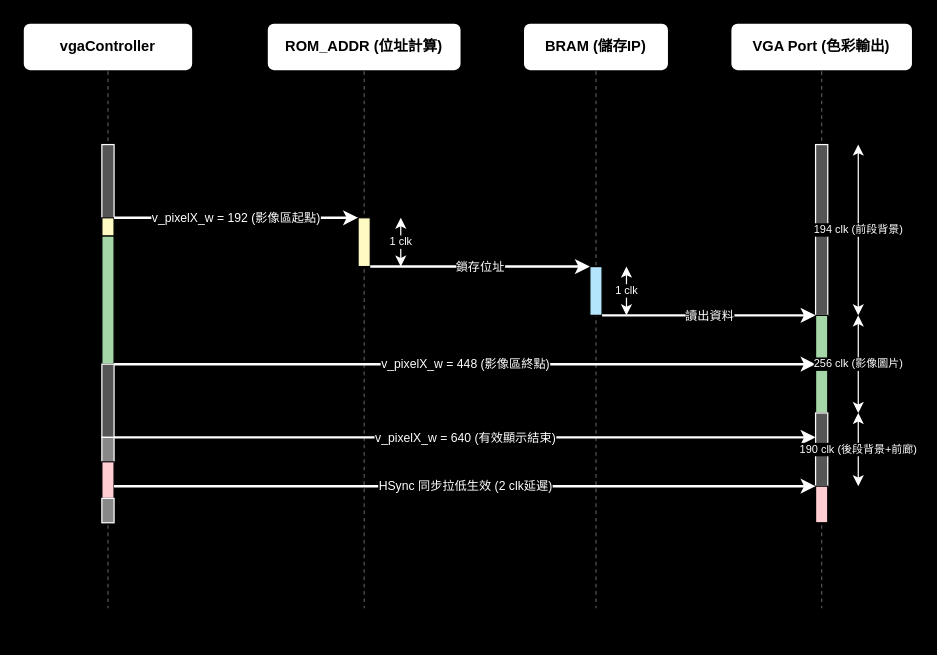
Earlier version of the draw.io diagram 7/img/MSC.drawio (gordonpow/lab_hardware_test). Source tidied: cells renumbered, new cells numbered last; positions are measured from the earlier drawing's top-left corner, leaving out a move shared by most shapes. Both pictures are drawn from the tidied source at 122%, with x=0, y=0 at pixel (22, 22).
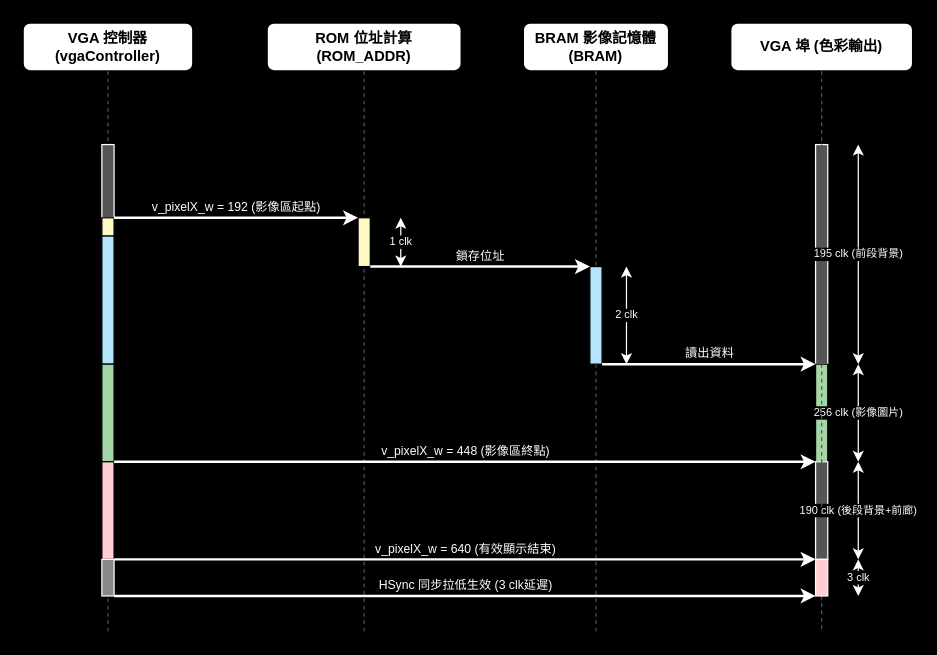
The same page after the edit.

Change to the diagram source:
```diff
@@
-    <mxCell id="2" value="vgaController" style="rounded=1;whiteSpace=wrap;html=1;fillColor=#FFFFFF;strokeColor=#000000;strokeWidth=2;fontColor=#000000;fontStyle=1;align=center;" parent="1" vertex="1">
+    <mxCell id="2" value="VGA 控制器 (vgaController)" style="rounded=1;whiteSpace=wrap;html=1;fillColor=#FFFFFF;strokeColor=#000000;strokeWidth=2;fontColor=#000000;fontStyle=1;align=center;" parent="1" vertex="1">
       <mxGeometry width="140" height="40" as="geometry" />
     </mxCell>
-    <mxCell id="3" value="ROM_ADDR (位址計算)" style="rounded=1;whiteSpace=wrap;html=1;fillColor=#FFFFFF;strokeColor=#000000;strokeWidth=2;fontColor=#000000;fontStyle=1;align=center;" parent="1" vertex="1">
+    <mxCell id="3" value="ROM 位址計算 (ROM_ADDR)" style="rounded=1;whiteSpace=wrap;html=1;fillColor=#FFFFFF;strokeColor=#000000;strokeWidth=2;fontColor=#000000;fontStyle=1;align=center;" parent="1" vertex="1">
       <mxGeometry x="200" width="160" height="40" as="geometry" />
     </mxCell>
-    <mxCell id="4" value="BRAM (儲存IP)" style="rounded=1;whiteSpace=wrap;html=1;fillColor=#FFFFFF;strokeColor=#000000;strokeWidth=2;fontColor=#000000;fontStyle=1;align=center;" parent="1" vertex="1">
+    <mxCell id="4" value="BRAM 影像記憶體 (BRAM)" style="rounded=1;whiteSpace=wrap;html=1;fillColor=#FFFFFF;strokeColor=#000000;strokeWidth=2;fontColor=#000000;fontStyle=1;align=center;" parent="1" vertex="1">
       <mxGeometry x="410" width="120" height="40" as="geometry" />
     </mxCell>
-    <mxCell id="5" value="VGA Port (色彩輸出)" style="rounded=1;whiteSpace=wrap;html=1;fillColor=#FFFFFF;strokeColor=#000000;strokeWidth=2;fontColor=#000000;fontStyle=1;align=center;" parent="1" vertex="1">
+    <mxCell id="5" value="VGA 埠 (色彩輸出)" style="rounded=1;whiteSpace=wrap;html=1;fillColor=#FFFFFF;strokeColor=#000000;strokeWidth=2;fontColor=#000000;fontStyle=1;align=center;" parent="1" vertex="1">
       <mxGeometry x="580" width="150" height="40" as="geometry" />
     </mxCell>
     <mxCell id="6" style="edgeStyle=none;rounded=0;html=1;dashed=1;strokeColor=#555555;strokeWidth=1;endArrow=none;startArrow=none;" parent="1" edge="1" source="2">
       <mxGeometry relative="1" as="geometry">
-        <mxPoint x="70" y="480" as="targetPoint" />
+        <mxPoint x="70" y="500" as="targetPoint" />
       </mxGeometry>
     </mxCell>
     <mxCell id="7" style="edgeStyle=none;rounded=0;html=1;dashed=1;strokeColor=#555555;strokeWidth=1;endArrow=none;startArrow=none;" parent="1" edge="1" source="3">
       <mxGeometry relative="1" as="geometry">
-        <mxPoint x="280" y="480" as="targetPoint" />
+        <mxPoint x="280" y="500" as="targetPoint" />
       </mxGeometry>
     </mxCell>
     <mxCell id="8" style="edgeStyle=none;rounded=0;html=1;dashed=1;strokeColor=#555555;strokeWidth=1;endArrow=none;startArrow=none;" parent="1" edge="1" source="4">
       <mxGeometry relative="1" as="geometry">
-        <mxPoint x="470" y="480" as="targetPoint" />
+        <mxPoint x="470" y="500" as="targetPoint" />
       </mxGeometry>
     </mxCell>
-    <mxCell id="9" style="edgeStyle=none;rounded=0;html=1;dashed=1;strokeColor=#555555;strokeWidth=1;endArrow=none;startArrow=none;" parent="1" edge="1" source="5">
+    <mxCell id="9" style="edgeStyle=none;rounded=0;html=1;dashed=1;strokeColor=#555555;strokeWidth=1;endArrow=none;startArrow=none;" parent="1" edge="1" source="22">
       <mxGeometry relative="1" as="geometry">
-        <mxPoint x="655" y="480" as="targetPoint" />
+        <mxPoint x="655" y="500" as="targetPoint" />
       </mxGeometry>
     </mxCell>
@@
-    <mxCell id="12" style="rounded=0;whiteSpace=wrap;html=1;fillColor=#A5D6A7;strokeColor=#000000;strokeWidth=1;" parent="1" vertex="1">
+    <mxCell id="12" style="rounded=0;whiteSpace=wrap;html=1;fillColor=#B3E5FC;strokeColor=#000000;strokeWidth=1;" parent="1" vertex="1">
       <mxGeometry x="65" y="175" width="10" height="105" as="geometry" />
     </mxCell>
-    <mxCell id="13" style="rounded=0;whiteSpace=wrap;html=1;fillColor=#555555;strokeColor=#FFFFFF;strokeWidth=1;" parent="1" vertex="1">
-      <mxGeometry x="65" y="280" width="10" height="60" as="geometry" />
+    <mxCell id="13" style="rounded=0;whiteSpace=wrap;html=1;fillColor=#A5D6A7;strokeColor=#000000;strokeWidth=1;" parent="1" vertex="1">
+      <mxGeometry x="65" y="280" width="10" height="80" as="geometry" />
     </mxCell>
-    <mxCell id="14" style="rounded=0;whiteSpace=wrap;html=1;fillColor=#888888;strokeColor=#FFFFFF;strokeWidth=1;" parent="1" vertex="1">
-      <mxGeometry x="65" y="340" width="10" height="20" as="geometry" />
+    <mxCell id="14" style="rounded=0;whiteSpace=wrap;html=1;fillColor=#FFCDD2;strokeColor=#000000;strokeWidth=1;" parent="1" vertex="1">
+      <mxGeometry x="65" y="360" width="10" height="80" as="geometry" />
     </mxCell>
-    <mxCell id="15" style="rounded=0;whiteSpace=wrap;html=1;fillColor=#FFCDD2;strokeColor=#000000;strokeWidth=1;" parent="1" vertex="1">
-      <mxGeometry x="65" y="360" width="10" height="30" as="geometry" />
+    <mxCell id="15" style="rounded=0;whiteSpace=wrap;html=1;fillColor=#888888;strokeColor=#FFFFFF;strokeWidth=1;" parent="1" vertex="1">
+      <mxGeometry x="65" y="440" width="10" height="30" as="geometry" />
     </mxCell>
-    <mxCell id="16" style="rounded=0;whiteSpace=wrap;html=1;fillColor=#888888;strokeColor=#FFFFFF;strokeWidth=1;" parent="1" vertex="1">
-      <mxGeometry x="65" y="390" width="10" height="20" as="geometry" />
-    </mxCell>
@@
     <mxCell id="18" style="rounded=0;whiteSpace=wrap;html=1;fillColor=#B3E5FC;strokeColor=#000000;strokeWidth=1;" parent="1" vertex="1">
-      <mxGeometry x="465" y="200" width="10" height="40" as="geometry" />
+      <mxGeometry x="465" y="200" width="10" height="80" as="geometry" />
     </mxCell>
     <mxCell id="19" style="rounded=0;whiteSpace=wrap;html=1;fillColor=#555555;strokeColor=#FFFFFF;strokeWidth=1;" parent="1" vertex="1">
-      <mxGeometry x="650" y="100" width="10" height="140" as="geometry" />
+      <mxGeometry x="650" y="100" width="10" height="180" as="geometry" />
     </mxCell>
     <mxCell id="20" style="rounded=0;whiteSpace=wrap;html=1;fillColor=#A5D6A7;strokeColor=#000000;strokeWidth=1;" parent="1" vertex="1">
-      <mxGeometry x="650" y="240" width="10" height="80" as="geometry" />
+      <mxGeometry x="650" y="280" width="10" height="80" as="geometry" />
     </mxCell>
     <mxCell id="21" style="rounded=0;whiteSpace=wrap;html=1;fillColor=#555555;strokeColor=#FFFFFF;strokeWidth=1;" parent="1" vertex="1">
-      <mxGeometry x="650" y="320" width="10" height="60" as="geometry" />
+      <mxGeometry x="650" y="360" width="10" height="80" as="geometry" />
     </mxCell>
-    <mxCell id="22" style="rounded=0;whiteSpace=wrap;html=1;fillColor=#FFCDD2;strokeColor=#000000;strokeWidth=1;" parent="1" vertex="1">
-      <mxGeometry x="650" y="380" width="10" height="30" as="geometry" />
-    </mxCell>
-    <mxCell id="23" value="v_pixelX_w = 192 (影像區起點)" style="edgeStyle=orthogonalEdgeStyle;rounded=0;html=1;exitX=1;exitY=0;entryX=0;entryY=0;strokeColor=#FFFFFF;strokeWidth=2;fontColor=#FFFFFF;labelBackgroundColor=#000000;fontSize=10;" parent="1" edge="1">
+    <mxCell id="23" value="v_pixelX_w = 192 (影像區起點)" style="edgeStyle=none;rounded=0;html=1;strokeColor=#FFFFFF;strokeWidth=2;fontColor=#FFFFFF;verticalAlign=bottom;labelBackgroundColor=none;fontSize=10;" parent="1" edge="1">
       <mxGeometry relative="1" as="geometry">
         <mxPoint x="75" y="160" as="sourcePoint" />
         <mxPoint x="275" y="160" as="targetPoint" />
       </mxGeometry>
     </mxCell>
-    <mxCell id="24" value="鎖存位址" style="edgeStyle=orthogonalEdgeStyle;rounded=0;html=1;strokeColor=#FFFFFF;strokeWidth=2;fontColor=#FFFFFF;labelBackgroundColor=#000000;fontSize=10;" parent="1" edge="1">
+    <mxCell id="24" value="鎖存位址" style="edgeStyle=none;rounded=0;html=1;strokeColor=#FFFFFF;strokeWidth=2;fontColor=#FFFFFF;verticalAlign=bottom;labelBackgroundColor=none;fontSize=10;" parent="1" edge="1">
       <mxGeometry relative="1" as="geometry">
         <mxPoint x="285" y="200" as="sourcePoint" />
         <mxPoint x="465" y="200" as="targetPoint" />
       </mxGeometry>
     </mxCell>
-    <mxCell id="25" value="讀出資料" style="edgeStyle=orthogonalEdgeStyle;rounded=0;html=1;strokeColor=#FFFFFF;strokeWidth=2;fontColor=#FFFFFF;labelBackgroundColor=#000000;fontSize=10;" parent="1" edge="1">
+    <mxCell id="25" value="讀出資料" style="edgeStyle=none;rounded=0;html=1;strokeColor=#FFFFFF;strokeWidth=2;fontColor=#FFFFFF;verticalAlign=bottom;labelBackgroundColor=none;fontSize=10;" parent="1" edge="1">
       <mxGeometry relative="1" as="geometry">
-        <mxPoint x="475" y="240" as="sourcePoint" />
-        <mxPoint x="650" y="240" as="targetPoint" />
+        <mxPoint x="475" y="280" as="sourcePoint" />
+        <mxPoint x="650" y="280" as="targetPoint" />
       </mxGeometry>
     </mxCell>
-    <mxCell id="26" value="v_pixelX_w = 448 (影像區終點)" style="edgeStyle=orthogonalEdgeStyle;rounded=0;html=1;strokeColor=#FFFFFF;strokeWidth=2;fontColor=#FFFFFF;labelBackgroundColor=#000000;fontSize=10;" parent="1" edge="1">
+    <mxCell id="26" value="v_pixelX_w = 448 (影像區終點)" style="edgeStyle=none;rounded=0;html=1;strokeColor=#FFFFFF;strokeWidth=2;fontColor=#FFFFFF;verticalAlign=bottom;labelBackgroundColor=none;fontSize=10;" parent="1" edge="1">
       <mxGeometry relative="1" as="geometry">
-        <mxPoint x="75" y="280" as="sourcePoint" />
-        <mxPoint x="650" y="280" as="targetPoint" />
+        <mxPoint x="75" y="360" as="sourcePoint" />
+        <mxPoint x="650" y="360" as="targetPoint" />
       </mxGeometry>
     </mxCell>
-    <mxCell id="27" value="v_pixelX_w = 640 (有效顯示結束)" style="edgeStyle=orthogonalEdgeStyle;rounded=0;html=1;strokeColor=#FFFFFF;strokeWidth=2;fontColor=#FFFFFF;labelBackgroundColor=#000000;fontSize=10;" parent="1" edge="1">
+    <mxCell id="27" value="v_pixelX_w = 640 (有效顯示結束)" style="edgeStyle=none;rounded=0;html=1;strokeColor=#FFFFFF;strokeWidth=2;fontColor=#FFFFFF;verticalAlign=bottom;labelBackgroundColor=none;fontSize=10;" parent="1" edge="1">
       <mxGeometry relative="1" as="geometry">
-        <mxPoint x="75" y="340" as="sourcePoint" />
-        <mxPoint x="650" y="340" as="targetPoint" />
+        <mxPoint x="75" y="440" as="sourcePoint" />
+        <mxPoint x="650" y="440" as="targetPoint" />
       </mxGeometry>
     </mxCell>
-    <mxCell id="28" value="HSync 同步拉低生效 (2 clk延遲)" style="edgeStyle=orthogonalEdgeStyle;rounded=0;html=1;strokeColor=#FFFFFF;strokeWidth=2;fontColor=#FFFFFF;labelBackgroundColor=#000000;fontSize=10;" parent="1" edge="1">
+    <mxCell id="28" value="HSync 同步拉低生效 (3 clk延遲)" style="edgeStyle=none;rounded=0;html=1;strokeColor=#FFFFFF;strokeWidth=2;fontColor=#FFFFFF;verticalAlign=bottom;labelBackgroundColor=none;fontSize=10;" parent="1" edge="1">
       <mxGeometry relative="1" as="geometry">
-        <mxPoint x="75" y="380" as="sourcePoint" />
-        <mxPoint x="650" y="380" as="targetPoint" />
+        <mxPoint x="75" y="470" as="sourcePoint" />
+        <mxPoint x="650" y="470" as="targetPoint" />
       </mxGeometry>
     </mxCell>
@@
-    <mxCell id="30" value="1 clk" style="edgeStyle=none;rounded=0;html=1;strokeColor=#FFFFFF;strokeWidth=1;endArrow=classic;startArrow=classic;fontColor=#FFFFFF;fontSize=9;labelBackgroundColor=#000000;" parent="1" edge="1">
+    <mxCell id="30" value="2 clk" style="edgeStyle=none;rounded=0;html=1;strokeColor=#FFFFFF;strokeWidth=1;endArrow=classic;startArrow=classic;fontColor=#FFFFFF;fontSize=9;labelBackgroundColor=#000000;" parent="1" edge="1">
       <mxGeometry relative="1" as="geometry">
         <mxPoint x="495" y="200" as="sourcePoint" />
-        <mxPoint x="495" y="240" as="targetPoint" />
+        <mxPoint x="495" y="280" as="targetPoint" />
       </mxGeometry>
     </mxCell>
-    <mxCell id="31" value="194 clk (前段背景)" style="edgeStyle=none;rounded=0;html=1;strokeColor=#FFFFFF;strokeWidth=1;endArrow=classic;startArrow=classic;fontColor=#FFFFFF;fontSize=9;labelBackgroundColor=#000000;" parent="1" edge="1">
+    <mxCell id="31" value="195 clk (前段背景)" style="edgeStyle=none;rounded=0;html=1;strokeColor=#FFFFFF;strokeWidth=1;endArrow=classic;startArrow=classic;fontColor=#FFFFFF;fontSize=9;labelBackgroundColor=#000000;" parent="1" edge="1">
       <mxGeometry relative="1" as="geometry">
         <mxPoint x="685" y="100" as="sourcePoint" />
-        <mxPoint x="685" y="240" as="targetPoint" />
+        <mxPoint x="685" y="280" as="targetPoint" />
       </mxGeometry>
     </mxCell>
     <mxCell id="32" value="256 clk (影像圖片)" style="edgeStyle=none;rounded=0;html=1;strokeColor=#FFFFFF;strokeWidth=1;endArrow=classic;startArrow=classic;fontColor=#FFFFFF;fontSize=9;labelBackgroundColor=#000000;" parent="1" edge="1">
       <mxGeometry relative="1" as="geometry">
-        <mxPoint x="685" y="240" as="sourcePoint" />
-        <mxPoint x="685" y="320" as="targetPoint" />
+        <mxPoint x="685" y="280" as="sourcePoint" />
+        <mxPoint x="685" y="360" as="targetPoint" />
       </mxGeometry>
     </mxCell>
     <mxCell id="33" value="190 clk (後段背景+前廊)" style="edgeStyle=none;rounded=0;html=1;strokeColor=#FFFFFF;strokeWidth=1;endArrow=classic;startArrow=classic;fontColor=#FFFFFF;fontSize=9;labelBackgroundColor=#000000;" parent="1" edge="1">
       <mxGeometry relative="1" as="geometry">
-        <mxPoint x="685" y="320" as="sourcePoint" />
-        <mxPoint x="685" y="380" as="targetPoint" />
+        <mxPoint x="685" y="360" as="sourcePoint" />
+        <mxPoint x="685" y="440" as="targetPoint" />
       </mxGeometry>
     </mxCell>
+    <mxCell id="34" value="3 clk" style="edgeStyle=none;rounded=0;html=1;strokeColor=#FFFFFF;strokeWidth=1;endArrow=classic;startArrow=classic;fontColor=#FFFFFF;fontSize=9;labelBackgroundColor=#000000;" parent="1" edge="1">
+      <mxGeometry relative="1" as="geometry">
+        <mxPoint x="685" y="440" as="sourcePoint" />
+        <mxPoint x="685" y="470" as="targetPoint" />
+      </mxGeometry>
+    </mxCell>
+    <mxCell id="35" style="edgeStyle=none;rounded=0;html=1;dashed=1;strokeColor=#555555;strokeWidth=1;endArrow=none;startArrow=none;" parent="1" edge="1" source="5" target="22">
+      <mxGeometry relative="1" as="geometry" />
+    </mxCell>
+    <mxCell id="22" style="rounded=0;whiteSpace=wrap;html=1;fillColor=#FFCDD2;strokeColor=#FFFFFF;strokeWidth=1;" parent="1" vertex="1">
+      <mxGeometry x="650" y="440" width="10" height="30" as="geometry" />
+    </mxCell>
```
